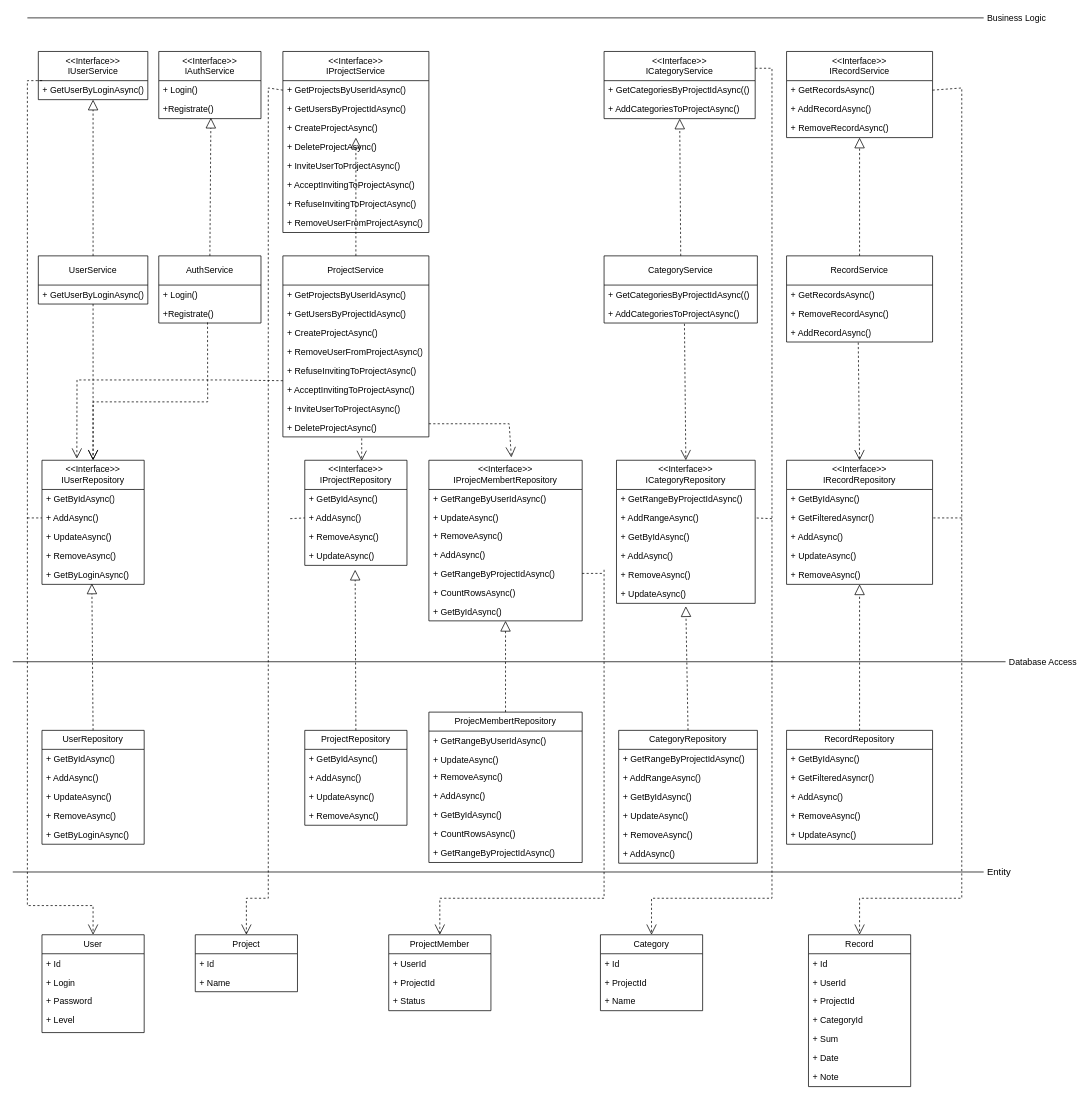
This is docs/img/diagrams/uml_diag.drawio from anorien03/bmstu-iu7-ppo, a draw.io file, before an edit. Source tidied: cells renumbered, new cells numbered last; positions are measured from the earlier drawing's top-left corner, leaving out a move shared by most shapes. Both pictures are drawn from the tidied source at 73%, with x=0, y=0 at pixel (12, 15).
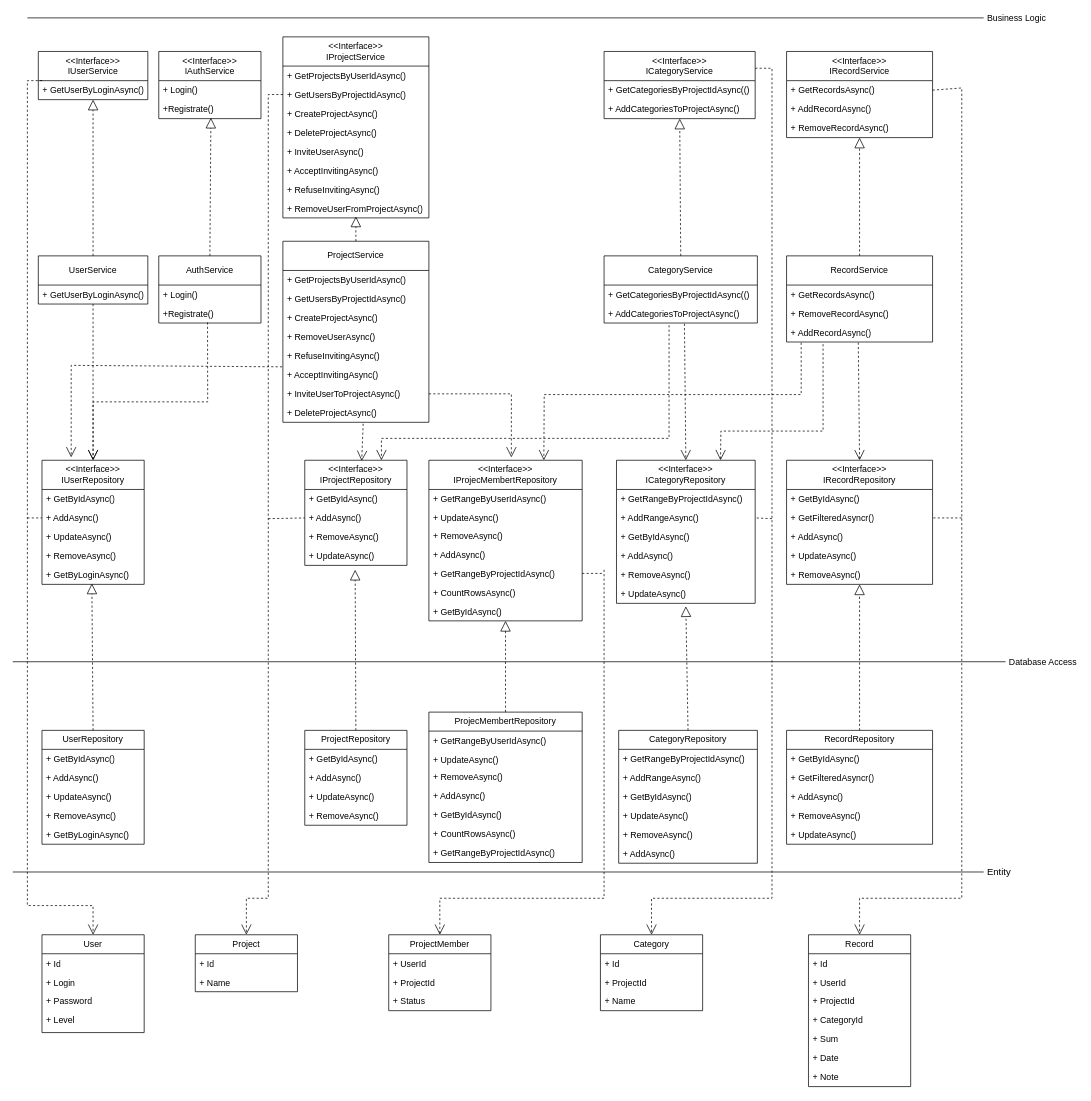
After the change.

Unchanged cells that the change refers to:
```xml
<mxCell id="7" value="Project" style="swimlane;fontStyle=0;horizontal=1;startSize=26;fillColor=none;whiteSpace=wrap;html=1;" parent="1" vertex="1">
  <mxGeometry x="250" y="1260" width="140" height="78" as="geometry" />
</mxCell>
<mxCell id="58" value="&amp;lt;&amp;lt;Interface&amp;gt;&amp;gt;&lt;div&gt;IUserRepository&lt;/div&gt;" style="swimlane;fontStyle=0;horizontal=1;startSize=40;fillColor=none;whiteSpace=wrap;html=1;" parent="1" vertex="1">
  <mxGeometry x="40" y="610" width="140" height="170" as="geometry" />
</mxCell>
<mxCell id="64" value="&amp;lt;&amp;lt;Interface&amp;gt;&amp;gt;&lt;div&gt;IProjectRepository&lt;/div&gt;" style="swimlane;fontStyle=0;horizontal=1;startSize=40;fillColor=none;whiteSpace=wrap;html=1;" parent="1" vertex="1">
  <mxGeometry x="400" y="610" width="140" height="144" as="geometry" />
</mxCell>
<mxCell id="69" value="&amp;lt;&amp;lt;Interface&amp;gt;&amp;gt;&lt;div&gt;IProjecMembertRepository&lt;/div&gt;" style="swimlane;fontStyle=0;horizontal=1;startSize=40;fillColor=none;whiteSpace=wrap;html=1;" parent="1" vertex="1">
  <mxGeometry x="570" y="610" width="210" height="220" as="geometry" />
</mxCell>
<mxCell id="77" value="&amp;lt;&amp;lt;Interface&amp;gt;&amp;gt;&lt;div&gt;ICategoryRepository&lt;/div&gt;" style="swimlane;fontStyle=0;horizontal=1;startSize=40;fillColor=none;whiteSpace=wrap;html=1;" parent="1" vertex="1">
  <mxGeometry x="827" y="610" width="190" height="196" as="geometry" />
</mxCell>
<mxCell id="93" value="+ GetProjectsByUserIdAsync()" style="text;strokeColor=none;fillColor=none;align=left;verticalAlign=top;spacingLeft=4;spacingRight=4;overflow=hidden;points=[[0,0.5],[1,0.5]];portConstraint=eastwest;whiteSpace=wrap;html=1;" parent="92" vertex="1">
  <mxGeometry y="40" width="200" height="26" as="geometry" />
</mxCell>
<mxCell id="94" value="+ GetUsersByProjectIdAsync()" style="text;strokeColor=none;fillColor=none;align=left;verticalAlign=top;spacingLeft=4;spacingRight=4;overflow=hidden;points=[[0,0.5],[1,0.5]];portConstraint=eastwest;whiteSpace=wrap;html=1;" parent="92" vertex="1">
  <mxGeometry y="66" width="200" height="26" as="geometry" />
</mxCell>
<mxCell id="95" value="+ CreateProjectAsync()&lt;div&gt;&lt;br&gt;&lt;/div&gt;" style="text;strokeColor=none;fillColor=none;align=left;verticalAlign=top;spacingLeft=4;spacingRight=4;overflow=hidden;points=[[0,0.5],[1,0.5]];portConstraint=eastwest;whiteSpace=wrap;html=1;" parent="92" vertex="1">
  <mxGeometry y="92" width="200" height="26" as="geometry" />
</mxCell>
<mxCell id="100" value="+ RemoveUserFromProjectAsync()" style="text;strokeColor=none;fillColor=none;align=left;verticalAlign=top;spacingLeft=4;spacingRight=4;overflow=hidden;points=[[0,0.5],[1,0.5]];portConstraint=eastwest;whiteSpace=wrap;html=1;" parent="92" vertex="1">
  <mxGeometry y="222" width="200" height="26" as="geometry" />
</mxCell>
<mxCell id="120" value="+ InviteUserToProjectAsync()" style="text;strokeColor=none;fillColor=none;align=left;verticalAlign=top;spacingLeft=4;spacingRight=4;overflow=hidden;points=[[0,0.5],[1,0.5]];portConstraint=eastwest;whiteSpace=wrap;html=1;" parent="113" vertex="1">
  <mxGeometry y="196" width="200" height="26" as="geometry" />
</mxCell>
<mxCell id="124" value="+ AddCategoriesToProjectAsync()" style="text;strokeColor=none;fillColor=none;align=left;verticalAlign=top;spacingLeft=4;spacingRight=4;overflow=hidden;points=[[0,0.5],[1,0.5]];portConstraint=eastwest;whiteSpace=wrap;html=1;" parent="122" vertex="1">
  <mxGeometry y="66" width="210" height="26" as="geometry" />
</mxCell>
<mxCell id="128" value="+ AddRecordAsync()" style="text;strokeColor=none;fillColor=none;align=left;verticalAlign=top;spacingLeft=4;spacingRight=4;overflow=hidden;points=[[0,0.5],[1,0.5]];portConstraint=eastwest;whiteSpace=wrap;html=1;" parent="125" vertex="1">
  <mxGeometry y="92" width="200" height="26" as="geometry" />
</mxCell>
```

What changed in the source:
```diff
@@
     <mxCell id="92" value="&amp;lt;&amp;lt;Interface&amp;gt;&amp;gt;&lt;div&gt;IProjectService&lt;/div&gt;" style="swimlane;fontStyle=0;horizontal=1;startSize=40;fillColor=none;whiteSpace=wrap;html=1;" parent="1" vertex="1">
-      <mxGeometry x="370" y="50" width="200" height="248" as="geometry" />
+      <mxGeometry x="370" y="30" width="200" height="248" as="geometry" />
     </mxCell>
@@
-    <mxCell id="97" value="+ InviteUserToProjectAsync()" style="text;strokeColor=none;fillColor=none;align=left;verticalAlign=top;spacingLeft=4;spacingRight=4;overflow=hidden;whiteSpace=wrap;html=1;" parent="92" vertex="1">
+    <mxCell id="97" value="+ InviteUserAsync()" style="text;strokeColor=none;fillColor=none;align=left;verticalAlign=top;spacingLeft=4;spacingRight=4;overflow=hidden;whiteSpace=wrap;html=1;" parent="92" vertex="1">
       <mxGeometry y="144" width="200" height="26" as="geometry" />
     </mxCell>
-    <mxCell id="98" value="+ AcceptInvitingToProjectAsync()" style="text;strokeColor=none;fillColor=none;align=left;verticalAlign=top;spacingLeft=4;spacingRight=4;overflow=hidden;whiteSpace=wrap;html=1;" parent="92" vertex="1">
+    <mxCell id="98" value="+ AcceptInvitingAsync()" style="text;strokeColor=none;fillColor=none;align=left;verticalAlign=top;spacingLeft=4;spacingRight=4;overflow=hidden;whiteSpace=wrap;html=1;" parent="92" vertex="1">
       <mxGeometry y="170" width="200" height="26" as="geometry" />
     </mxCell>
-    <mxCell id="99" value="+ RefuseInvitingToProjectAsync()" style="text;strokeColor=none;fillColor=none;align=left;verticalAlign=top;spacingLeft=4;spacingRight=4;overflow=hidden;whiteSpace=wrap;html=1;" parent="92" vertex="1">
+    <mxCell id="99" value="+ RefuseInvitingAsync()" style="text;strokeColor=none;fillColor=none;align=left;verticalAlign=top;spacingLeft=4;spacingRight=4;overflow=hidden;whiteSpace=wrap;html=1;" parent="92" vertex="1">
       <mxGeometry y="196" width="200" height="26" as="geometry" />
     </mxCell>
@@
     <mxCell id="113" value="ProjectService" style="swimlane;fontStyle=0;horizontal=1;startSize=40;fillColor=none;whiteSpace=wrap;html=1;" parent="1" vertex="1">
-      <mxGeometry x="370" y="330" width="200" height="248" as="geometry" />
+      <mxGeometry x="370" y="310" width="200" height="248" as="geometry" />
     </mxCell>
@@
-    <mxCell id="117" value="+ RemoveUserFromProjectAsync()" style="text;strokeColor=none;fillColor=none;align=left;verticalAlign=top;spacingLeft=4;spacingRight=4;overflow=hidden;whiteSpace=wrap;html=1;" parent="113" vertex="1">
+    <mxCell id="117" value="+ RemoveUserAsync()" style="text;strokeColor=none;fillColor=none;align=left;verticalAlign=top;spacingLeft=4;spacingRight=4;overflow=hidden;whiteSpace=wrap;html=1;" parent="113" vertex="1">
       <mxGeometry y="118" width="200" height="26" as="geometry" />
     </mxCell>
-    <mxCell id="118" value="+ RefuseInvitingToProjectAsync()" style="text;strokeColor=none;fillColor=none;align=left;verticalAlign=top;spacingLeft=4;spacingRight=4;overflow=hidden;points=[[0,0.5],[1,0.5]];portConstraint=eastwest;whiteSpace=wrap;html=1;" parent="113" vertex="1">
+    <mxCell id="118" value="+ RefuseInvitingAsync()" style="text;strokeColor=none;fillColor=none;align=left;verticalAlign=top;spacingLeft=4;spacingRight=4;overflow=hidden;points=[[0,0.5],[1,0.5]];portConstraint=eastwest;whiteSpace=wrap;html=1;" parent="113" vertex="1">
       <mxGeometry y="144" width="200" height="26" as="geometry" />
     </mxCell>
-    <mxCell id="119" value="+ AcceptInvitingToProjectAsync()" style="text;strokeColor=none;fillColor=none;align=left;verticalAlign=top;spacingLeft=4;spacingRight=4;overflow=hidden;points=[[0,0.5],[1,0.5]];portConstraint=eastwest;whiteSpace=wrap;html=1;" parent="113" vertex="1">
+    <mxCell id="119" value="+ AcceptInvitingAsync()" style="text;strokeColor=none;fillColor=none;align=left;verticalAlign=top;spacingLeft=4;spacingRight=4;overflow=hidden;points=[[0,0.5],[1,0.5]];portConstraint=eastwest;whiteSpace=wrap;html=1;" parent="113" vertex="1">
       <mxGeometry y="170" width="200" height="26" as="geometry" />
     </mxCell>
@@
-    <mxCell id="139" style="endArrow=block;dashed=1;endFill=0;endSize=12;html=1;rounded=0;exitX=0.5;exitY=0;exitDx=0;exitDy=0;" parent="1" edge="1" source="113" target="95">
+    <mxCell id="139" style="endArrow=block;dashed=1;endFill=0;endSize=12;html=1;rounded=0;exitX=0.5;exitY=0;exitDx=0;exitDy=0;entryX=0.5;entryY=0.923;entryDx=0;entryDy=0;entryPerimeter=0;" parent="1" edge="1" source="113" target="100">
       <mxGeometry relative="1" as="geometry" />
     </mxCell>
@@
     <mxCell id="144" style="endArrow=open;endSize=12;dashed=1;html=1;rounded=0;entryX=0.557;entryY=0.007;entryDx=0;entryDy=0;entryPerimeter=0;" parent="1" edge="1" target="64">
       <mxGeometry relative="1" as="geometry">
-        <mxPoint x="478" y="580" as="sourcePoint" />
+        <mxPoint x="480" y="560" as="sourcePoint" />
       </mxGeometry>
     </mxCell>
-    <mxCell id="145" style="endArrow=open;endSize=12;dashed=1;html=1;rounded=0;entryX=0.341;entryY=-0.013;entryDx=0;entryDy=0;entryPerimeter=0;exitX=0;exitY=1.038;exitDx=0;exitDy=0;exitPerimeter=0;" parent="1" edge="1" source="118" target="58">
+    <mxCell id="145" style="endArrow=open;endSize=12;dashed=1;html=1;rounded=0;exitX=-0.005;exitY=0.077;exitDx=0;exitDy=0;exitPerimeter=0;" parent="1" edge="1" source="119">
       <mxGeometry relative="1" as="geometry">
+        <mxPoint x="80" y="606" as="targetPoint" />
         <Array as="points">
-          <mxPoint x="290" y="500" />
-          <mxPoint x="88" y="500" />
+          <mxPoint x="80" y="480" />
         </Array>
       </mxGeometry>
     </mxCell>
-    <mxCell id="146" style="endArrow=open;endSize=12;dashed=1;html=1;rounded=0;entryX=0.538;entryY=-0.018;entryDx=0;entryDy=0;entryPerimeter=0;" parent="1" edge="1" target="69">
+    <mxCell id="146" style="endArrow=open;endSize=12;dashed=1;html=1;rounded=0;entryX=0.538;entryY=-0.018;entryDx=0;entryDy=0;entryPerimeter=0;exitX=1;exitY=0.5;exitDx=0;exitDy=0;" parent="1" edge="1" source="120" target="69">
       <mxGeometry relative="1" as="geometry">
-        <mxPoint x="570" y="560" as="sourcePoint" />
         <Array as="points">
-          <mxPoint x="680" y="560" />
+          <mxPoint x="683" y="519" />
         </Array>
       </mxGeometry>
     </mxCell>
@@
-    <mxCell id="150" style="endArrow=open;endSize=12;dashed=1;html=1;rounded=0;exitX=0;exitY=0.5;exitDx=0;exitDy=0;entryX=0.5;entryY=0;entryDx=0;entryDy=0;" parent="1" edge="1" source="93" target="7">
+    <mxCell id="150" style="endArrow=open;endSize=12;dashed=1;html=1;rounded=0;exitX=0;exitY=0.5;exitDx=0;exitDy=0;entryX=0.5;entryY=0;entryDx=0;entryDy=0;" parent="1" edge="1" source="94" target="7">
       <mxGeometry relative="1" as="geometry">
         <Array as="points">
-          <mxPoint x="350" y="100" />
+          <mxPoint x="350" y="109" />
           <mxPoint x="350" y="1210" />
           <mxPoint x="320" y="1210" />
         </Array>
       </mxGeometry>
     </mxCell>
@@
     <mxCell id="157" style="endArrow=none;dashed=1;html=1;rounded=0;entryX=0;entryY=0.5;entryDx=0;entryDy=0;" parent="1" edge="1">
       <mxGeometry relative="1" as="geometry">
-        <mxPoint x="380" y="690" as="sourcePoint" />
+        <mxPoint x="350" y="690" as="sourcePoint" />
         <mxPoint x="400" y="689" as="targetPoint" />
       </mxGeometry>
     </mxCell>
@@
+    <mxCell id="162" style="endArrow=open;endSize=12;dashed=1;html=1;rounded=0;entryX=0.75;entryY=0;entryDx=0;entryDy=0;exitX=0.424;exitY=1.115;exitDx=0;exitDy=0;exitPerimeter=0;" parent="1" edge="1" source="124" target="64">
+      <mxGeometry relative="1" as="geometry">
+        <Array as="points">
+          <mxPoint x="899" y="580" />
+          <mxPoint x="505" y="580" />
+        </Array>
+      </mxGeometry>
+    </mxCell>
+    <mxCell id="163" style="endArrow=open;endSize=12;dashed=1;html=1;rounded=0;exitX=0.25;exitY=1.115;exitDx=0;exitDy=0;exitPerimeter=0;entryX=0.75;entryY=0;entryDx=0;entryDy=0;" parent="1" edge="1" source="128" target="77">
+      <mxGeometry relative="1" as="geometry">
+        <Array as="points">
+          <mxPoint x="1110" y="570" />
+          <mxPoint x="970" y="570" />
+        </Array>
+      </mxGeometry>
+    </mxCell>
+    <mxCell id="164" style="endArrow=open;endSize=12;dashed=1;html=1;rounded=0;exitX=0.1;exitY=1.038;exitDx=0;exitDy=0;exitPerimeter=0;entryX=0.75;entryY=0;entryDx=0;entryDy=0;" parent="1" edge="1" source="128" target="69">
+      <mxGeometry relative="1" as="geometry">
+        <Array as="points">
+          <mxPoint x="1080" y="520" />
+          <mxPoint x="728" y="520" />
+        </Array>
+      </mxGeometry>
+    </mxCell>
```
